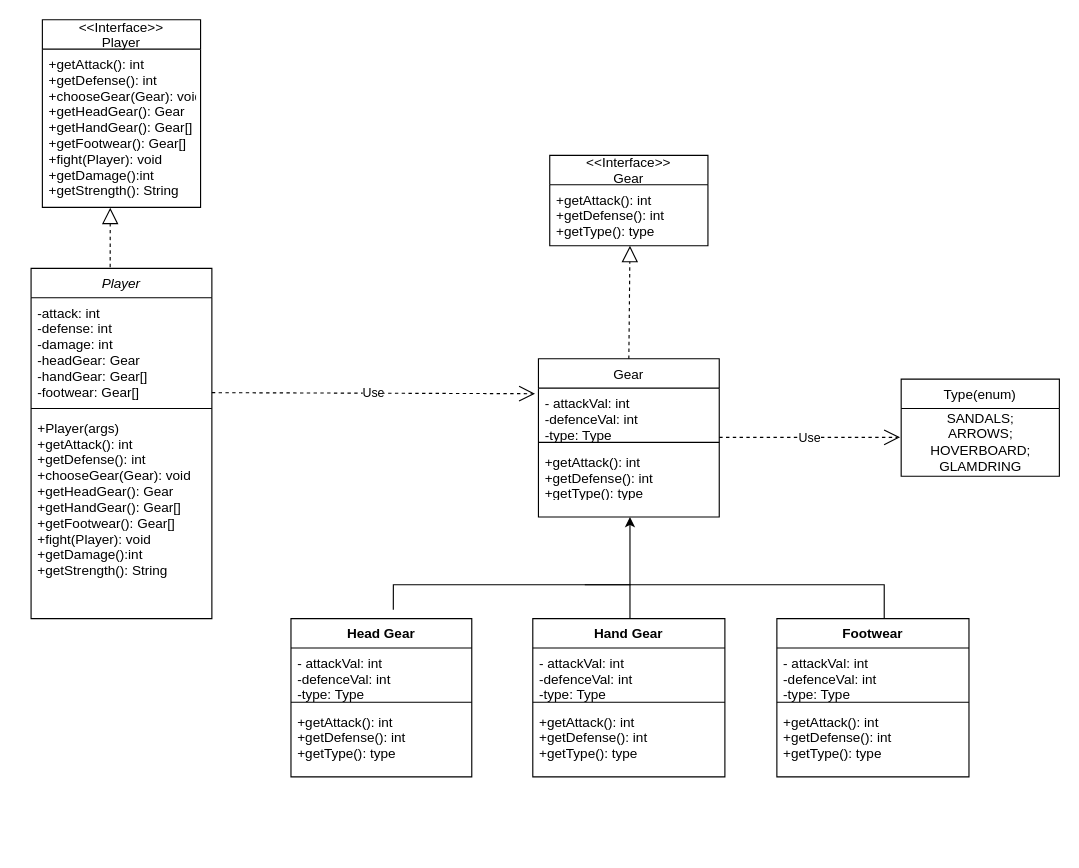
Above: Untitled Diagram.drawio in zj-yan/Luc (draw.io), before the change. Source tidied: cells renumbered, new cells numbered last; positions are measured from the earlier drawing's top-left corner, leaving out a move shared by most shapes. Both pictures are drawn from the tidied source at 113%, with x=0, y=0 at pixel (31, 19).
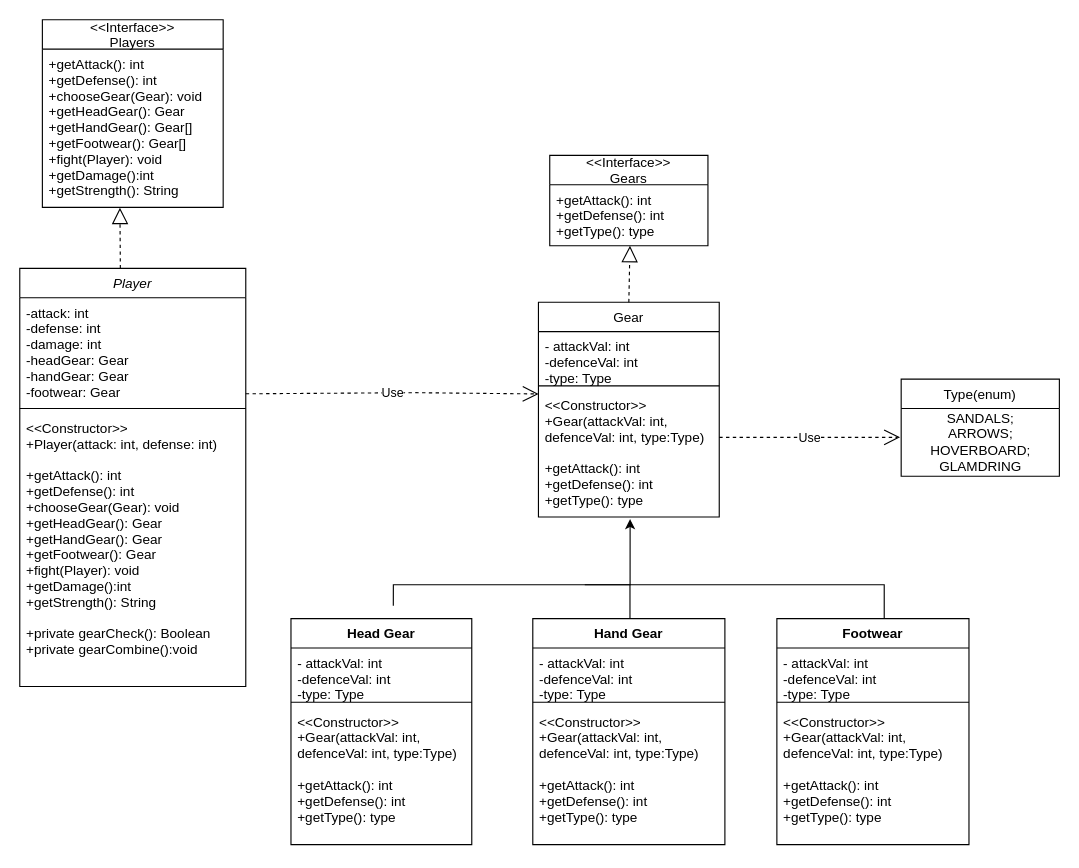
After the change.

The change refers to these unchanged cells:
```xml
<mxCell id="7" value="- attackVal: int&#10;-defenceVal: int&#10;-type: Type" style="text;align=left;verticalAlign=top;spacingLeft=4;spacingRight=4;overflow=hidden;points=[[0,0.5],[1,0.5]];portConstraint=eastwest;rounded=0;shadow=0;html=0;" parent="6" vertex="1">
  <mxGeometry y="26" width="160" height="44" as="geometry" />
</mxCell>
```

Diff of the diagram source:
```diff
@@
     <mxCell id="2" value="Player" style="swimlane;fontStyle=2;align=center;verticalAlign=top;horizontal=1;startSize=26;rounded=0;shadow=0;strokeWidth=1;" parent="1" vertex="1">
-      <mxGeometry y="220" width="160" height="310" as="geometry" />
+      <mxGeometry x="-10" y="220" width="200" height="370" as="geometry" />
     </mxCell>
-    <mxCell id="3" value="-attack: int&#10;-defense: int&#10;-damage: int&#10;-headGear: Gear&#10;-handGear: Gear[]&#10;-footwear: Gear[]&#10;" style="text;align=left;verticalAlign=top;spacingLeft=4;spacingRight=4;overflow=hidden;rounded=0;shadow=0;html=0;" parent="2" vertex="1">
-      <mxGeometry y="26" width="160" height="94" as="geometry" />
+    <mxCell id="3" value="-attack: int&#10;-defense: int&#10;-damage: int&#10;-headGear: Gear&#10;-handGear: Gear&#10;-footwear: Gear&#10;" style="text;align=left;verticalAlign=top;spacingLeft=4;spacingRight=4;overflow=hidden;rounded=0;shadow=0;html=0;" parent="2" vertex="1">
+      <mxGeometry y="26" width="200" height="94" as="geometry" />
     </mxCell>
     <mxCell id="4" style="line;html=1;strokeWidth=1;align=left;verticalAlign=middle;spacingTop=-1;spacingLeft=3;spacingRight=3;labelPosition=right;" parent="2" vertex="1">
-      <mxGeometry y="120" width="160" height="8" as="geometry" />
+      <mxGeometry y="120" width="200" height="8" as="geometry" />
     </mxCell>
-    <mxCell id="5" value="+Player(args)&#10;+getAttack(): int&#10;+getDefense(): int&#10;+chooseGear(Gear): void&#10;+getHeadGear(): Gear&#10;+getHandGear(): Gear[]&#10;+getFootwear(): Gear[]&#10;+fight(Player): void&#10;+getDamage():int&#10;+getStrength(): String" style="text;align=left;verticalAlign=top;spacingLeft=4;spacingRight=4;overflow=hidden;rounded=0;shadow=0;html=0;" parent="2" vertex="1">
-      <mxGeometry y="128" width="160" height="182" as="geometry" />
+    <mxCell id="5" value="&lt;&lt;Constructor&gt;&gt;&#10;+Player(attack: int, defense: int)&#10;&#10;+getAttack(): int&#10;+getDefense(): int&#10;+chooseGear(Gear): void&#10;+getHeadGear(): Gear&#10;+getHandGear(): Gear&#10;+getFootwear(): Gear&#10;+fight(Player): void&#10;+getDamage():int&#10;+getStrength(): String&#10;&#10;+private gearCheck(): Boolean&#10;+private gearCombine():void" style="text;align=left;verticalAlign=top;spacingLeft=4;spacingRight=4;overflow=hidden;rounded=0;shadow=0;html=0;" parent="2" vertex="1">
+      <mxGeometry y="128" width="200" height="242" as="geometry" />
     </mxCell>
     <mxCell id="6" value="Gear" style="swimlane;fontStyle=0;align=center;verticalAlign=top;horizontal=1;startSize=26;rounded=0;shadow=0;strokeWidth=1;" parent="1" vertex="1">
-      <mxGeometry x="449" y="300" width="160" height="140" as="geometry" />
+      <mxGeometry x="449" y="250" width="160" height="190" as="geometry" />
     </mxCell>
@@
-    <mxCell id="9" value="+getAttack(): int&#10;+getDefense(): int&#10;+getType(): type" style="text;align=left;verticalAlign=top;spacingLeft=4;spacingRight=4;overflow=hidden;points=[[0,0.5],[1,0.5]];portConstraint=eastwest;rounded=0;shadow=0;html=0;" parent="6" vertex="1">
-      <mxGeometry y="78" width="160" height="42" as="geometry" />
+    <mxCell id="9" value="&lt;&lt;Constructor&gt;&gt;&#10;+Gear(attackVal: int, &#10;defenceVal: int, type:Type)&#10;&#10;+getAttack(): int&#10;+getDefense(): int&#10;+getType(): type" style="text;align=left;verticalAlign=top;spacingLeft=4;spacingRight=4;overflow=hidden;points=[[0,0.5],[1,0.5]];portConstraint=eastwest;rounded=0;shadow=0;html=0;" parent="6" vertex="1">
+      <mxGeometry y="78" width="160" height="112" as="geometry" />
     </mxCell>
-    <mxCell id="10" style="edgeStyle=orthogonalEdgeStyle;rounded=0;jettySize=auto;html=1;exitX=0.566;exitY=-0.057;exitDx=0;exitDy=0;exitPerimeter=0;" parent="1" edge="1" source="12">
+    <mxCell id="10" style="edgeStyle=orthogonalEdgeStyle;rounded=0;jettySize=auto;html=1;exitX=0.566;exitY=-0.057;exitDx=0;exitDy=0;exitPerimeter=0;entryX=0.507;entryY=1.017;entryDx=0;entryDy=0;entryPerimeter=0;" parent="1" edge="1" source="12" target="9">
       <mxGeometry relative="1" as="geometry">
-        <mxPoint x="530" y="440" as="targetPoint" />
         <Array as="points">
           <mxPoint x="321" y="500" />
           <mxPoint x="530" y="500" />
         </Array>
       </mxGeometry>
     </mxCell>
@@
     <mxCell id="12" value="Head Gear" style="swimlane;fontStyle=1;align=center;verticalAlign=top;horizontal=1;startSize=26;" parent="1" vertex="1">
-      <mxGeometry x="230" y="530" width="160" height="140" as="geometry" />
+      <mxGeometry x="230" y="530" width="160" height="200" as="geometry" />
     </mxCell>
@@
-    <mxCell id="15" value="+getAttack(): int&#10;+getDefense(): int&#10;+getType(): type" style="text;strokeColor=none;fillColor=none;align=left;verticalAlign=top;spacingLeft=4;spacingRight=4;overflow=hidden;" parent="12" vertex="1">
-      <mxGeometry y="78" width="160" height="62" as="geometry" />
+    <mxCell id="15" value="&lt;&lt;Constructor&gt;&gt;&#10;+Gear(attackVal: int, &#10;defenceVal: int, type:Type)&#10;&#10;+getAttack(): int&#10;+getDefense(): int&#10;+getType(): type" style="text;strokeColor=none;fillColor=none;align=left;verticalAlign=top;spacingLeft=4;spacingRight=4;overflow=hidden;" parent="12" vertex="1">
+      <mxGeometry y="78" width="160" height="122" as="geometry" />
     </mxCell>
@@
     <mxCell id="18" value="Hand Gear" style="swimlane;fontStyle=1;align=center;verticalAlign=top;horizontal=1;startSize=26;" parent="1" vertex="1">
-      <mxGeometry x="444" y="530" width="170" height="140" as="geometry" />
+      <mxGeometry x="444" y="530" width="170" height="200" as="geometry" />
     </mxCell>
@@
-    <mxCell id="21" value="+getAttack(): int&#10;+getDefense(): int&#10;+getType(): type" style="text;strokeColor=none;fillColor=none;align=left;verticalAlign=top;spacingLeft=4;spacingRight=4;overflow=hidden;" parent="18" vertex="1">
-      <mxGeometry y="78" width="170" height="62" as="geometry" />
+    <mxCell id="21" value="&lt;&lt;Constructor&gt;&gt;&#10;+Gear(attackVal: int, &#10;defenceVal: int, type:Type)&#10;&#10;+getAttack(): int&#10;+getDefense(): int&#10;+getType(): type" style="text;strokeColor=none;fillColor=none;align=left;verticalAlign=top;spacingLeft=4;spacingRight=4;overflow=hidden;" parent="18" vertex="1">
+      <mxGeometry y="78" width="170" height="122" as="geometry" />
     </mxCell>
     <mxCell id="22" value="Footwear" style="swimlane;fontStyle=1;align=center;verticalAlign=top;horizontal=1;startSize=26;" parent="1" vertex="1">
-      <mxGeometry x="660" y="530" width="170" height="140" as="geometry" />
+      <mxGeometry x="660" y="530" width="170" height="200" as="geometry" />
     </mxCell>
@@
-    <mxCell id="25" value="+getAttack(): int&#10;+getDefense(): int&#10;+getType(): type" style="text;strokeColor=none;fillColor=none;align=left;verticalAlign=top;spacingLeft=4;spacingRight=4;overflow=hidden;" parent="22" vertex="1">
-      <mxGeometry y="78" width="170" height="62" as="geometry" />
+    <mxCell id="25" value="&lt;&lt;Constructor&gt;&gt;&#10;+Gear(attackVal: int, &#10;defenceVal: int, type:Type)&#10;&#10;+getAttack(): int&#10;+getDefense(): int&#10;+getType(): type" style="text;strokeColor=none;fillColor=none;align=left;verticalAlign=top;spacingLeft=4;spacingRight=4;overflow=hidden;" parent="22" vertex="1">
+      <mxGeometry y="78" width="170" height="122" as="geometry" />
     </mxCell>
@@
-    <mxCell id="30" value="Use" style="endArrow=open;endSize=12;dashed=1;html=1;rounded=0;entryX=-0.019;entryY=0.112;entryDx=0;entryDy=0;entryPerimeter=0;" parent="1" edge="1" target="7">
+    <mxCell id="30" value="Use" style="endArrow=open;endSize=12;dashed=1;html=1;rounded=0;entryX=0.001;entryY=0.028;entryDx=0;entryDy=0;entryPerimeter=0;" parent="1" edge="1" target="9">
       <mxGeometry relative="1" as="geometry">
-        <mxPoint x="160" y="330" as="sourcePoint" />
+        <mxPoint x="190" y="331" as="sourcePoint" />
+        <Array as="points">
+          <mxPoint x="340" y="330" />
+        </Array>
       </mxGeometry>
     </mxCell>
@@
     <mxCell id="32" style="endArrow=block;dashed=1;endFill=0;endSize=12;html=1;rounded=0;entryX=0.429;entryY=1.002;entryDx=0;entryDy=0;entryPerimeter=0;" parent="1" edge="1" target="34">
       <mxGeometry relative="1" as="geometry">
-        <mxPoint x="70" y="219" as="sourcePoint" />
+        <mxPoint x="79" y="220" as="sourcePoint" />
       </mxGeometry>
     </mxCell>
-    <mxCell id="33" value="&lt;&lt;Interface&gt;&gt;&#10;Player" style="swimlane;fontStyle=0;horizontal=1;startSize=26;fillColor=none;" parent="1" vertex="1">
-      <mxGeometry x="10" width="140" height="166" as="geometry" />
+    <mxCell id="33" value="&lt;&lt;Interface&gt;&gt;&#10;Players" style="swimlane;fontStyle=0;horizontal=1;startSize=26;fillColor=none;" parent="1" vertex="1">
+      <mxGeometry x="10" width="160" height="166" as="geometry" />
     </mxCell>
     <mxCell id="34" value="+getAttack(): int&#10;+getDefense(): int&#10;+chooseGear(Gear): void&#10;+getHeadGear(): Gear&#10;+getHandGear(): Gear[]&#10;+getFootwear(): Gear[]&#10;+fight(Player): void&#10;+getDamage():int&#10;+getStrength(): String" style="text;strokeColor=none;fillColor=none;align=left;verticalAlign=top;spacingLeft=4;spacingRight=4;overflow=hidden;points=[[0,0.5],[1,0.5]];portConstraint=eastwest;" parent="33" vertex="1">
-      <mxGeometry y="26" width="140" height="140" as="geometry" />
+      <mxGeometry y="26" width="160" height="140" as="geometry" />
     </mxCell>
-    <mxCell id="35" value="&lt;&lt;Interface&gt;&gt;&#10;Gear" style="swimlane;fontStyle=0;horizontal=1;startSize=26;fillColor=none;" parent="1" vertex="1">
+    <mxCell id="35" value="&lt;&lt;Interface&gt;&gt;&#10;Gears" style="swimlane;fontStyle=0;horizontal=1;startSize=26;fillColor=none;" parent="1" vertex="1">
       <mxGeometry x="459" y="120" width="140" height="80" as="geometry" />
     </mxCell>
```
